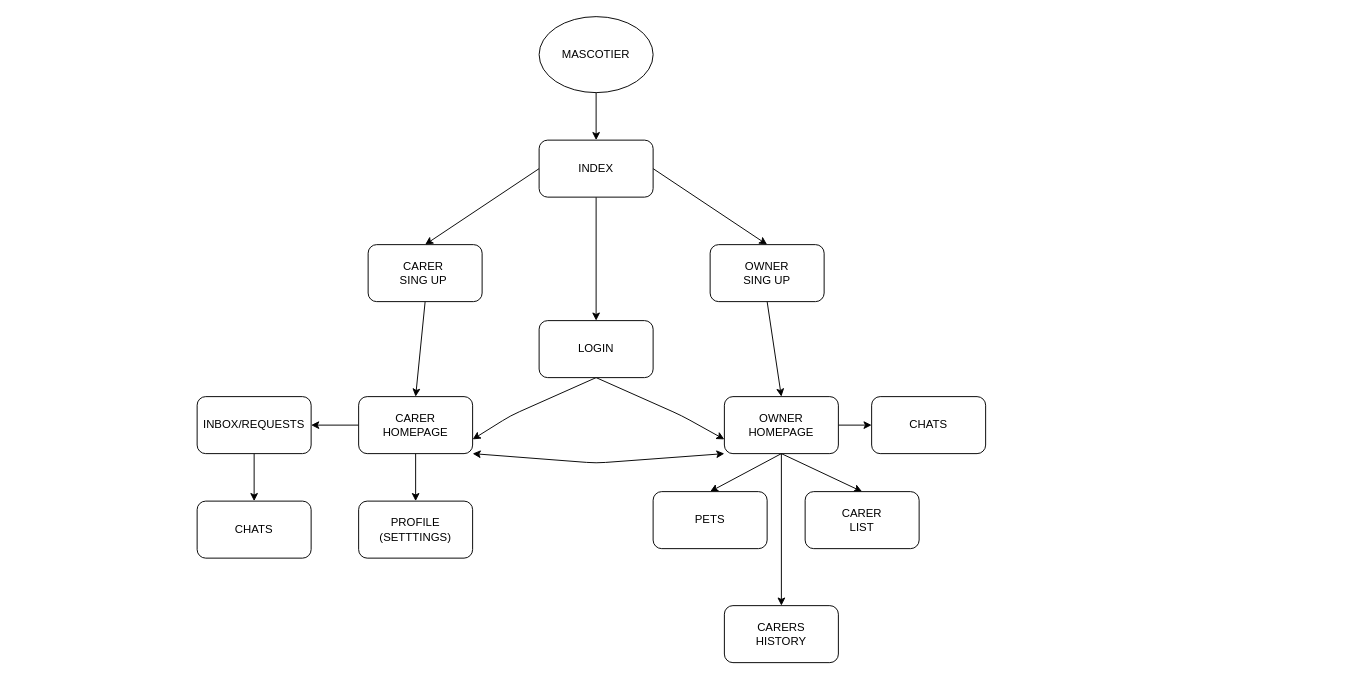
iagogonzalezborines/MascoTier_Project keeps this draw.io diagram as Docs/SiteMap/SiteMap.drawio. Above is the earlier version. Source tidied: cells renumbered, new cells numbered last; positions are measured from the earlier drawing's top-left corner, leaving out a move shared by most shapes. Both pictures are drawn from the tidied source at 95%, with x=0, y=0 at pixel (197, 16).
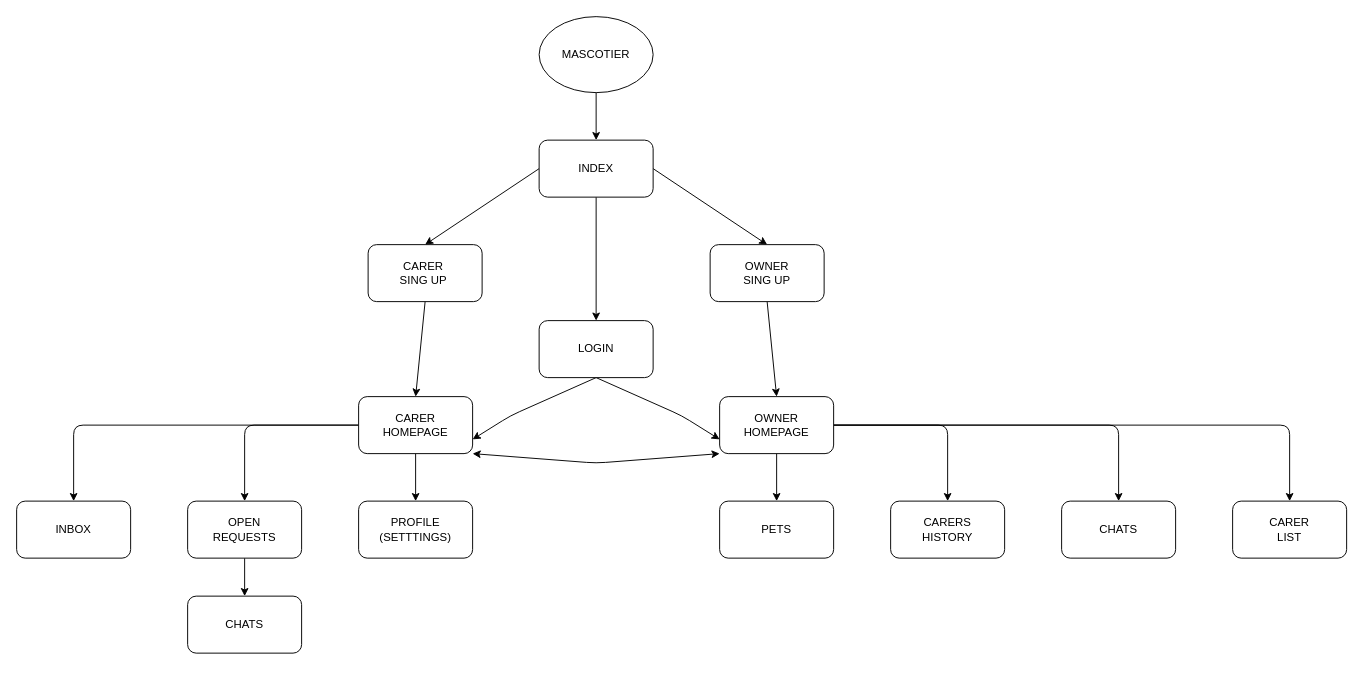
The same diagram, later.

Unchanged cells that the change refers to:
```xml
<mxCell id="20" value="CARER&lt;br&gt;HOMEPAGE" style="rounded=1;whiteSpace=wrap;html=1;" parent="1" vertex="1">
  <mxGeometry x="170" y="400" width="120" height="60" as="geometry" />
</mxCell>
```

Diff of the diagram source:
```diff
@@
-    <mxCell id="13" style="edgeStyle=none;html=1;exitX=0.5;exitY=1;exitDx=0;exitDy=0;entryX=0.5;entryY=0;entryDx=0;entryDy=0;startArrow=none;startFill=0;" parent="1" edge="1" source="16" target="21">
-      <mxGeometry relative="1" as="geometry" />
+    <mxCell id="13" style="edgeStyle=none;html=1;exitX=1;exitY=0.5;exitDx=0;exitDy=0;entryX=0.5;entryY=0;entryDx=0;entryDy=0;startArrow=none;startFill=0;" parent="1" edge="1" source="16" target="21">
+      <mxGeometry relative="1" as="geometry">
+        <Array as="points">
+          <mxPoint x="1150" y="430" />
+        </Array>
+      </mxGeometry>
     </mxCell>
+    <mxCell id="32" style="edgeStyle=none;html=1;exitX=1;exitY=0.5;exitDx=0;exitDy=0;entryX=0.5;entryY=0;entryDx=0;entryDy=0;" parent="1" edge="1" source="16" target="31">
+      <mxGeometry relative="1" as="geometry">
+        <Array as="points">
+          <mxPoint x="970" y="430" />
+        </Array>
+      </mxGeometry>
+    </mxCell>
-    <mxCell id="14" style="edgeStyle=orthogonalEdgeStyle;rounded=0;jettySize=auto;html=1;entryX=0.5;entryY=0;entryDx=0;entryDy=0;" parent="1" edge="1" source="16" target="27">
-      <mxGeometry relative="1" as="geometry" />
+    <mxCell id="14" style="edgeStyle=none;html=1;exitX=1;exitY=0.5;exitDx=0;exitDy=0;entryX=0.5;entryY=0;entryDx=0;entryDy=0;" parent="1" edge="1" source="16" target="27">
+      <mxGeometry relative="1" as="geometry">
+        <Array as="points">
+          <mxPoint x="790" y="430" />
+        </Array>
+      </mxGeometry>
     </mxCell>
-    <mxCell id="15" style="edgeStyle=none;html=1;exitX=1;exitY=0.5;exitDx=0;exitDy=0;" parent="1" edge="1" source="16">
-      <mxGeometry relative="1" as="geometry">
-        <mxPoint x="710" y="430" as="targetPoint" />
-      </mxGeometry>
-    </mxCell>
     <mxCell id="16" value="OWNER&lt;br&gt;HOMEPAGE" style="rounded=1;whiteSpace=wrap;html=1;" parent="1" vertex="1">
-      <mxGeometry x="555" y="400" width="120" height="60" as="geometry" />
+      <mxGeometry x="550" y="400" width="120" height="60" as="geometry" />
     </mxCell>
@@
-    <mxCell id="19" style="edgeStyle=none;html=1;exitX=0;exitY=0.5;exitDx=0;exitDy=0;" parent="1" edge="1" source="20">
-      <mxGeometry relative="1" as="geometry">
-        <mxPoint x="120" y="430" as="targetPoint" />
-      </mxGeometry>
-    </mxCell>
+    <mxCell id="33" style="edgeStyle=none;html=1;exitX=0;exitY=0.5;exitDx=0;exitDy=0;entryX=0.5;entryY=0;entryDx=0;entryDy=0;" parent="1" edge="1" source="20" target="29">
+      <mxGeometry relative="1" as="geometry">
+        <Array as="points">
+          <mxPoint x="50" y="430" />
+        </Array>
+      </mxGeometry>
+    </mxCell>
+    <mxCell id="34" style="edgeStyle=none;html=1;exitX=0;exitY=0.5;exitDx=0;exitDy=0;entryX=0.5;entryY=0;entryDx=0;entryDy=0;" parent="1" edge="1" source="20" target="35">
+      <mxGeometry relative="1" as="geometry">
+        <Array as="points">
+          <mxPoint x="-130" y="430" />
+        </Array>
+      </mxGeometry>
+    </mxCell>
@@
     <mxCell id="21" value="CARER&lt;br&gt;LIST" style="rounded=1;whiteSpace=wrap;html=1;" parent="1" vertex="1">
-      <mxGeometry x="640" y="500" width="120" height="60" as="geometry" />
+      <mxGeometry x="1090" y="510" width="120" height="60" as="geometry" />
     </mxCell>
@@
     <mxCell id="23" value="PETS" style="rounded=1;whiteSpace=wrap;html=1;" parent="1" vertex="1">
-      <mxGeometry x="480" y="500" width="120" height="60" as="geometry" />
+      <mxGeometry x="550" y="510" width="120" height="60" as="geometry" />
     </mxCell>
@@
     <mxCell id="27" value="CARERS&lt;br&gt;HISTORY" style="rounded=1;whiteSpace=wrap;html=1;" parent="1" vertex="1">
-      <mxGeometry x="555" y="620" width="120" height="60" as="geometry" />
+      <mxGeometry x="730" y="510" width="120" height="60" as="geometry" />
     </mxCell>
     <mxCell id="28" style="edgeStyle=none;html=1;exitX=0.5;exitY=1;exitDx=0;exitDy=0;" parent="1" edge="1" source="29">
       <mxGeometry relative="1" as="geometry">
-        <mxPoint x="60" y="510" as="targetPoint" />
+        <mxPoint x="50" y="610" as="targetPoint" />
       </mxGeometry>
     </mxCell>
-    <mxCell id="29" value="INBOX/REQUESTS" style="rounded=1;whiteSpace=wrap;html=1;" parent="1" vertex="1">
-      <mxGeometry y="400" width="120" height="60" as="geometry" />
+    <mxCell id="29" value="OPEN &lt;br&gt;REQUESTS" style="rounded=1;whiteSpace=wrap;html=1;" parent="1" vertex="1">
+      <mxGeometry x="-10" y="510" width="120" height="60" as="geometry" />
     </mxCell>
     <mxCell id="30" value="CHATS" style="rounded=1;whiteSpace=wrap;html=1;" parent="1" vertex="1">
-      <mxGeometry y="510" width="120" height="60" as="geometry" />
+      <mxGeometry x="-10" y="610" width="120" height="60" as="geometry" />
     </mxCell>
     <mxCell id="31" value="CHATS&lt;br&gt;" style="rounded=1;whiteSpace=wrap;html=1;" parent="1" vertex="1">
-      <mxGeometry x="710" y="400" width="120" height="60" as="geometry" />
+      <mxGeometry x="910" y="510" width="120" height="60" as="geometry" />
     </mxCell>
+    <mxCell id="35" value="INBOX" style="rounded=1;whiteSpace=wrap;html=1;" parent="1" vertex="1">
+      <mxGeometry x="-190" y="510" width="120" height="60" as="geometry" />
+    </mxCell>
```
